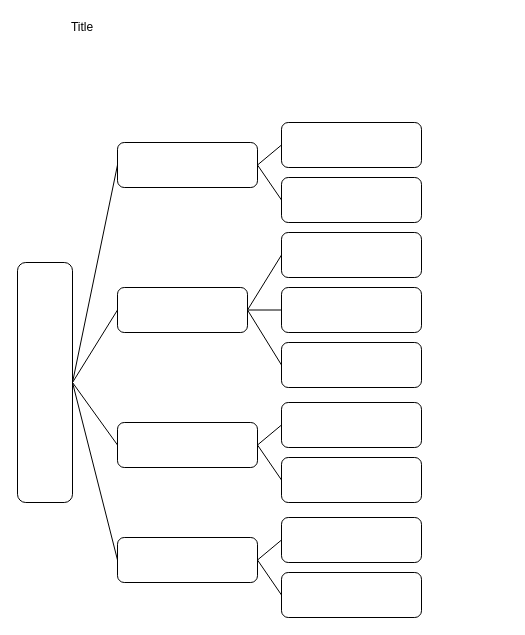
Henryblankwu/untitled7 keeps this draw.io diagram as public.drawio. Above is the earlier version. Source tidied: cells renumbered, new cells numbered last; positions are measured from the earlier drawing's top-left corner, leaving out a move shared by most shapes. Both pictures are drawn from the tidied source at 100%, with x=0, y=0 at pixel (17, 17).
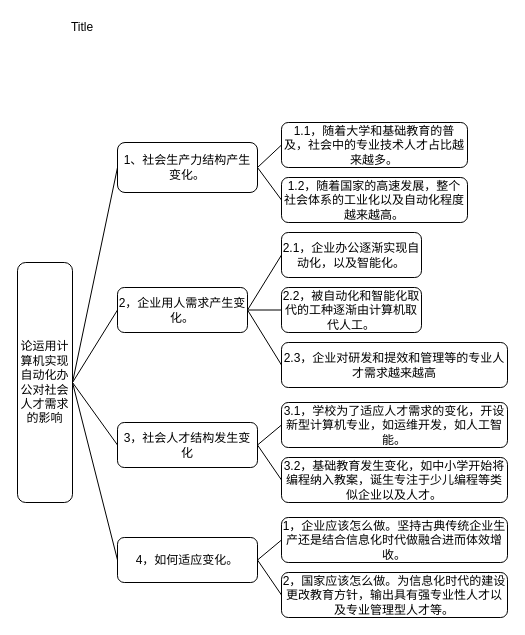
The same diagram, later.

Diff of the diagram source:
```diff
@@
-    <mxCell id="2" style="rounded=1;whiteSpace=wrap;html=1;" parent="1" vertex="1">
+    <mxCell id="2" value="论运用计算机实现自动化办公对社会人才需求的影响" style="rounded=1;whiteSpace=wrap;html=1;" parent="1" vertex="1">
       <mxGeometry y="245" width="55" height="240" as="geometry" />
     </mxCell>
@@
-    <mxCell id="4" style="rounded=1;whiteSpace=wrap;html=1;" parent="1" vertex="1">
-      <mxGeometry x="100" y="125" width="140" height="45" as="geometry" />
+    <mxCell id="4" value="1、社会生产力结构产生变化。" style="rounded=1;whiteSpace=wrap;html=1;" parent="1" vertex="1">
+      <mxGeometry x="100" y="125" width="140" height="50" as="geometry" />
     </mxCell>
-    <mxCell id="5" style="rounded=1;whiteSpace=wrap;html=1;" parent="1" vertex="1">
-      <mxGeometry x="264" y="105" width="140" height="45" as="geometry" />
+    <mxCell id="5" value="1.1，随着大学和基础教育的普及，社会中的专业技术人才占比越来越多。" style="rounded=1;whiteSpace=wrap;html=1;" parent="1" vertex="1">
+      <mxGeometry x="264" y="105" width="186" height="45" as="geometry" />
     </mxCell>
-    <mxCell id="6" style="rounded=1;whiteSpace=wrap;html=1;" parent="1" vertex="1">
-      <mxGeometry x="264" y="160" width="140" height="45" as="geometry" />
+    <mxCell id="6" value="1.2，随着国家的高速发展，整个社会体系的工业化以及自动化程度越来越高。" style="rounded=1;whiteSpace=wrap;html=1;" parent="1" vertex="1">
+      <mxGeometry x="264" y="160" width="186" height="45" as="geometry" />
     </mxCell>
@@
-    <mxCell id="9" style="rounded=1;whiteSpace=wrap;html=1;" parent="1" vertex="1">
+    <mxCell id="9" value="2，企业用人需求产生变化。" style="rounded=1;whiteSpace=wrap;html=1;" parent="1" vertex="1">
       <mxGeometry x="100" y="270" width="130" height="45" as="geometry" />
     </mxCell>
-    <mxCell id="10" style="rounded=1;whiteSpace=wrap;html=1;" parent="1" vertex="1">
+    <mxCell id="10" value="2.1，企业办公逐渐实现自动化，以及智能化。" style="rounded=1;whiteSpace=wrap;html=1;" parent="1" vertex="1">
       <mxGeometry x="264" y="215" width="140" height="45" as="geometry" />
     </mxCell>
-    <mxCell id="11" style="rounded=1;whiteSpace=wrap;html=1;" parent="1" vertex="1">
+    <mxCell id="11" value="2.2，被自动化和智能化取代的工种逐渐由计算机取代人工。" style="rounded=1;whiteSpace=wrap;html=1;" parent="1" vertex="1">
       <mxGeometry x="264" y="270" width="140" height="45" as="geometry" />
     </mxCell>
@@
-    <mxCell id="14" style="rounded=1;whiteSpace=wrap;html=1;" parent="1" vertex="1">
+    <mxCell id="14" value="3，社会人才结构发生变化" style="rounded=1;whiteSpace=wrap;html=1;" parent="1" vertex="1">
       <mxGeometry x="100" y="405" width="140" height="45" as="geometry" />
     </mxCell>
-    <mxCell id="15" style="rounded=1;whiteSpace=wrap;html=1;" parent="1" vertex="1">
-      <mxGeometry x="264" y="385" width="140" height="45" as="geometry" />
+    <mxCell id="15" value="3.1，学校为了适应人才需求的变化，开设新型计算机专业，如运维开发，如人工智能。" style="rounded=1;whiteSpace=wrap;html=1;" parent="1" vertex="1">
+      <mxGeometry x="264" y="385" width="226" height="45" as="geometry" />
     </mxCell>
-    <mxCell id="16" style="rounded=1;whiteSpace=wrap;html=1;" parent="1" vertex="1">
-      <mxGeometry x="264" y="440" width="140" height="45" as="geometry" />
+    <mxCell id="16" value="3.2，基础教育发生变化，如中小学开始将编程纳入教案，诞生专注于少儿编程等类似企业以及人才。" style="rounded=1;whiteSpace=wrap;html=1;" parent="1" vertex="1">
+      <mxGeometry x="264" y="440" width="226" height="45" as="geometry" />
     </mxCell>
@@
-    <mxCell id="19" style="rounded=1;whiteSpace=wrap;html=1;" parent="1" vertex="1">
+    <mxCell id="19" value="4，如何适应变化。" style="rounded=1;whiteSpace=wrap;html=1;" parent="1" vertex="1">
       <mxGeometry x="100" y="520" width="140" height="45" as="geometry" />
     </mxCell>
-    <mxCell id="20" style="rounded=1;whiteSpace=wrap;html=1;" parent="1" vertex="1">
-      <mxGeometry x="264" y="500" width="140" height="45" as="geometry" />
+    <mxCell id="20" value="1，企业应该怎么做。坚持古典传统企业生产还是结合信息化时代做融合进而体效增收。" style="rounded=1;whiteSpace=wrap;html=1;" parent="1" vertex="1">
+      <mxGeometry x="264" y="500" width="226" height="45" as="geometry" />
     </mxCell>
-    <mxCell id="21" style="rounded=1;whiteSpace=wrap;html=1;" parent="1" vertex="1">
-      <mxGeometry x="264" y="555" width="140" height="45" as="geometry" />
+    <mxCell id="21" value="2，国家应该怎么做。为信息化时代的建设更改教育方针，输出具有强专业性人才以及专业管理型人才等。" style="rounded=1;whiteSpace=wrap;html=1;" parent="1" vertex="1">
+      <mxGeometry x="264" y="555" width="226" height="45" as="geometry" />
     </mxCell>
@@
-    <mxCell id="24" style="rounded=1;whiteSpace=wrap;html=1;" parent="1" vertex="1">
-      <mxGeometry x="264" y="325" width="140" height="45" as="geometry" />
+    <mxCell id="24" value="2.3，企业对研发和提效和管理等的专业人才需求越来越高" style="rounded=1;whiteSpace=wrap;html=1;" parent="1" vertex="1">
+      <mxGeometry x="264" y="325" width="226" height="45" as="geometry" />
     </mxCell>
```
